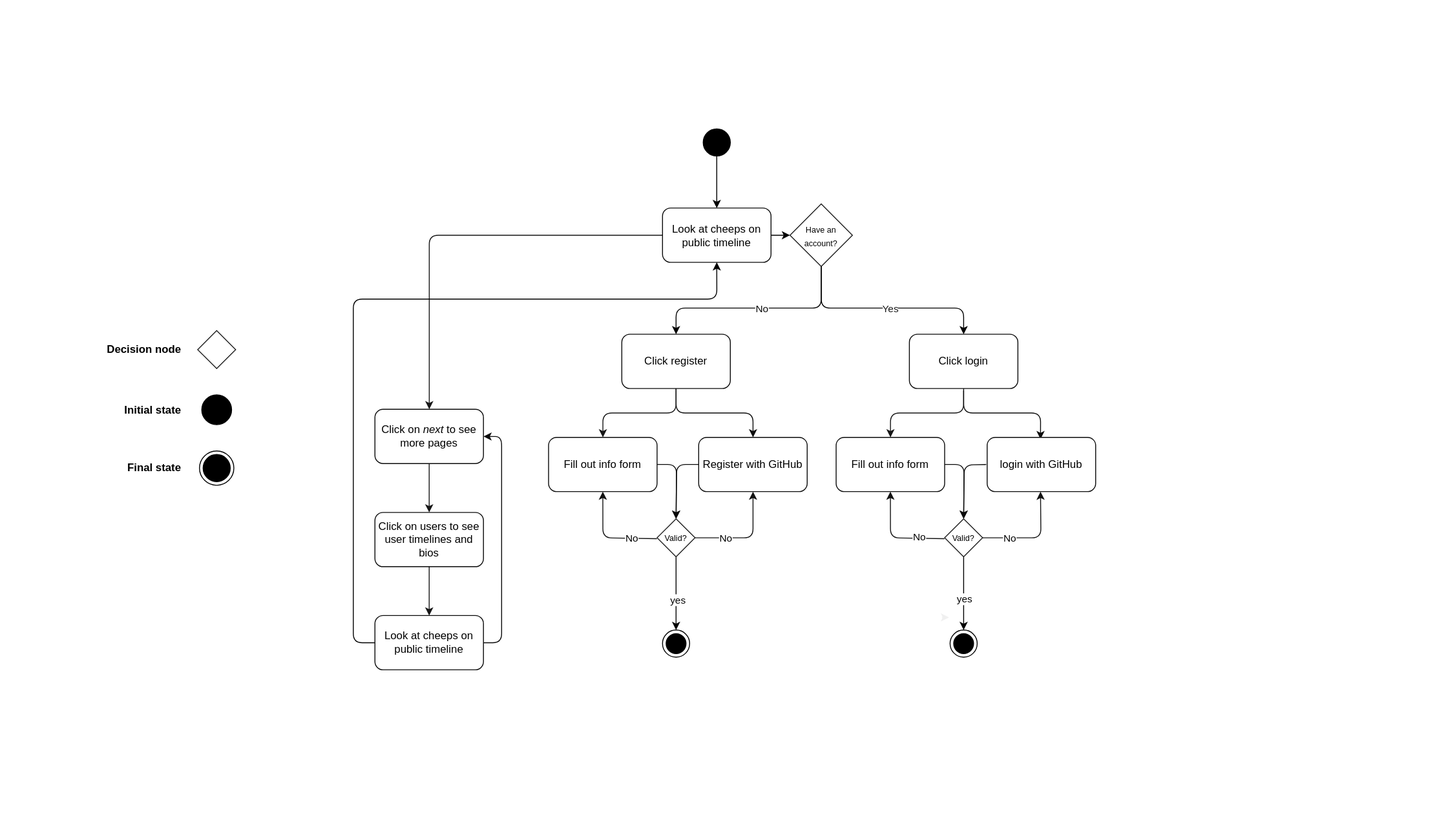
Before: docs/Diagrams/Activity_diagram.drawio.svg, a diagram exported from draw.io (ITU-BDSA2024-GROUP22/Chirp). Source tidied: cells renumbered, new cells last; positions are measured from the earlier drawing's top-left corner, leaving out a move shared by most shapes. Its diagram source:
```xml
<mxGraphModel background="#ffffff">
  <root>
    <mxCell id="0" />
    <mxCell id="1" parent="0" />
    <mxCell id="2" style="group;" parent="1" vertex="1">
      <mxGeometry y="223" width="153" height="171" as="geometry" />
    </mxCell>
    <mxCell id="3" style="rhombus;whiteSpace=wrap;html=1;rounded=0;fillColor=#FFFFFF;strokeColor=#1F1F1F;" parent="2" vertex="1">
      <mxGeometry x="111" width="42" height="42" as="geometry" />
    </mxCell>
    <mxCell id="4" style="ellipse;fillColor=strokeColor;html=1;strokeColor=#000000;" parent="2" vertex="1">
      <mxGeometry x="115.5" y="71" width="33" height="33" as="geometry" />
    </mxCell>
    <mxCell id="5" style="ellipse;html=1;shape=endState;fillColor=strokeColor;rounded=1;strokeColor=#000000;" parent="2" vertex="1">
      <mxGeometry x="113" y="133" width="38" height="38" as="geometry" />
    </mxCell>
    <mxCell id="6" value="Decision node" style="text;html=1;align=right;verticalAlign=middle;strokeColor=none;fillColor=none;fontColor=#000000;fontStyle=1;" parent="2" vertex="1">
      <mxGeometry y="8" width="94" height="26" as="geometry" />
    </mxCell>
    <mxCell id="7" value="Initial state" style="text;html=1;align=right;verticalAlign=middle;strokeColor=none;fillColor=none;fontColor=#000000;fontStyle=1;" parent="2" vertex="1">
      <mxGeometry x="19" y="74.5" width="75" height="26" as="geometry" />
    </mxCell>
    <mxCell id="8" value="Final state" style="text;html=1;align=right;verticalAlign=middle;strokeColor=none;fillColor=none;fontColor=#000000;fontStyle=1;" parent="2" vertex="1">
      <mxGeometry x="21" y="139" width="73" height="26" as="geometry" />
    </mxCell>
    <mxCell id="9" style="edgeStyle=orthogonalEdgeStyle;rounded=1;jettySize=auto;html=1;strokeColor=#171717;" parent="1" edge="1" source="11" target="18">
      <mxGeometry relative="1" as="geometry" />
    </mxCell>
    <mxCell id="10" style="edgeStyle=orthogonalEdgeStyle;rounded=1;jettySize=auto;html=1;entryX=0;entryY=0.5;entryDx=0;entryDy=0;strokeColor=#000000;" parent="1" edge="1" source="11" target="39">
      <mxGeometry relative="1" as="geometry" />
    </mxCell>
    <mxCell id="11" value="&lt;font color=&quot;#000000&quot;&gt;Look at cheeps on public timeline&lt;/font&gt;" style="rounded=1;whiteSpace=wrap;html=1;fillColor=#FFFFFF;gradientColor=none;strokeColor=#0A0A0A;" parent="1" vertex="1">
      <mxGeometry x="625" y="87.5" width="120" height="60" as="geometry" />
    </mxCell>
    <mxCell id="12" style="edgeStyle=orthogonalEdgeStyle;rounded=1;jettySize=auto;html=1;strokeColor=#000000;" parent="1" edge="1" source="13" target="11">
      <mxGeometry relative="1" as="geometry" />
    </mxCell>
    <mxCell id="13" style="ellipse;fillColor=strokeColor;html=1;strokeColor=#000000;" parent="1" vertex="1">
      <mxGeometry x="670" width="30" height="30" as="geometry" />
    </mxCell>
    <mxCell id="14" style="edgeStyle=orthogonalEdgeStyle;rounded=1;jettySize=auto;html=1;entryX=1;entryY=0.5;entryDx=0;entryDy=0;strokeColor=#0A0A0A;" parent="1" edge="1" source="16" target="18">
      <mxGeometry relative="1" as="geometry">
        <Array as="points">
          <mxPoint x="447" y="568" />
          <mxPoint x="447" y="340" />
        </Array>
      </mxGeometry>
    </mxCell>
    <mxCell id="15" style="edgeStyle=orthogonalEdgeStyle;rounded=1;jettySize=auto;html=1;entryX=0.5;entryY=1;entryDx=0;entryDy=0;strokeColor=#000000;" parent="1" edge="1" source="16" target="11">
      <mxGeometry relative="1" as="geometry">
        <Array as="points">
          <mxPoint x="283" y="568" />
          <mxPoint x="283" y="188" />
          <mxPoint x="685" y="188" />
        </Array>
      </mxGeometry>
    </mxCell>
    <mxCell id="16" value="&lt;font color=&quot;#000000&quot;&gt;Look at cheeps on public timeline&lt;/font&gt;" style="rounded=1;whiteSpace=wrap;html=1;fillColor=#FFFFFF;gradientColor=none;strokeColor=#0A0A0A;" parent="1" vertex="1">
      <mxGeometry x="307" y="538" width="120" height="60" as="geometry" />
    </mxCell>
    <mxCell id="17" style="edgeStyle=orthogonalEdgeStyle;rounded=1;jettySize=auto;html=1;strokeColor=#171717;" parent="1" edge="1" source="18" target="20">
      <mxGeometry relative="1" as="geometry" />
    </mxCell>
    <mxCell id="18" value="&lt;font color=&quot;#000000&quot;&gt;Click on &lt;i&gt;next&lt;/i&gt; to see more pages&lt;/font&gt;" style="rounded=1;whiteSpace=wrap;html=1;fillColor=#FFFFFF;gradientColor=none;strokeColor=#0A0A0A;" parent="1" vertex="1">
      <mxGeometry x="307" y="310" width="120" height="60" as="geometry" />
    </mxCell>
    <mxCell id="19" style="edgeStyle=orthogonalEdgeStyle;rounded=1;jettySize=auto;html=1;entryX=0.5;entryY=0;entryDx=0;entryDy=0;strokeColor=#171717;" parent="1" edge="1" source="20" target="16">
      <mxGeometry relative="1" as="geometry" />
    </mxCell>
    <mxCell id="20" value="&lt;font color=&quot;#000000&quot;&gt;Click on users to see user timelines and bios&lt;/font&gt;" style="rounded=1;whiteSpace=wrap;html=1;fillColor=#FFFFFF;gradientColor=none;strokeColor=#0A0A0A;" parent="1" vertex="1">
      <mxGeometry x="307" y="424" width="120" height="60" as="geometry" />
    </mxCell>
    <mxCell id="21" style="edgeStyle=orthogonalEdgeStyle;rounded=1;jettySize=auto;html=1;strokeColor=#171717;" parent="1" edge="1" source="23" target="25">
      <mxGeometry relative="1" as="geometry" />
    </mxCell>
    <mxCell id="22" style="edgeStyle=orthogonalEdgeStyle;rounded=1;jettySize=auto;html=1;strokeColor=#0D0D0D;" parent="1" edge="1" source="23" target="27">
      <mxGeometry relative="1" as="geometry" />
    </mxCell>
    <mxCell id="23" value="&lt;font color=&quot;#000000&quot;&gt;Click register&lt;/font&gt;" style="rounded=1;whiteSpace=wrap;html=1;fillColor=#FFFFFF;gradientColor=none;strokeColor=#0A0A0A;" parent="1" vertex="1">
      <mxGeometry x="580" y="227" width="120" height="60" as="geometry" />
    </mxCell>
    <mxCell id="24" style="edgeStyle=orthogonalEdgeStyle;rounded=1;jettySize=auto;html=1;strokeColor=#0A0A0A;" parent="1" edge="1" source="25">
      <mxGeometry relative="1" as="geometry">
        <mxPoint x="640" y="431" as="targetPoint" />
      </mxGeometry>
    </mxCell>
    <mxCell id="25" value="&lt;font color=&quot;#000000&quot;&gt;Fill out info form&lt;/font&gt;" style="rounded=1;whiteSpace=wrap;html=1;fillColor=#FFFFFF;gradientColor=none;strokeColor=#0A0A0A;" parent="1" vertex="1">
      <mxGeometry x="499" y="341" width="120" height="60" as="geometry" />
    </mxCell>
    <mxCell id="26" style="edgeStyle=orthogonalEdgeStyle;rounded=1;jettySize=auto;html=1;entryX=0.5;entryY=0;entryDx=0;entryDy=0;strokeColor=#0A0A0A;" parent="1" edge="1" source="27">
      <mxGeometry relative="1" as="geometry">
        <mxPoint x="640" y="431" as="targetPoint" />
      </mxGeometry>
    </mxCell>
    <mxCell id="27" value="&lt;font color=&quot;#000000&quot;&gt;Register with GitHub&lt;/font&gt;" style="rounded=1;whiteSpace=wrap;html=1;fillColor=#FFFFFF;gradientColor=none;strokeColor=#0A0A0A;" parent="1" vertex="1">
      <mxGeometry x="665" y="341" width="120" height="60" as="geometry" />
    </mxCell>
    <mxCell id="28" style="edgeStyle=orthogonalEdgeStyle;rounded=1;jettySize=auto;html=1;strokeColor=#171717;" parent="1" edge="1" source="30" target="32">
      <mxGeometry relative="1" as="geometry" />
    </mxCell>
    <mxCell id="29" style="edgeStyle=orthogonalEdgeStyle;rounded=1;orthogonalLoop=1;jettySize=auto;html=1;strokeColor=#0D0D0D;" parent="1" edge="1">
      <mxGeometry relative="1" as="geometry">
        <mxPoint x="958" y="289" as="sourcePoint" />
        <mxPoint x="1043" y="343" as="targetPoint" />
        <Array as="points">
          <mxPoint x="958" y="314" />
          <mxPoint x="1043" y="314" />
        </Array>
      </mxGeometry>
    </mxCell>
    <mxCell id="30" value="&lt;font color=&quot;#000000&quot;&gt;Click login&lt;/font&gt;" style="rounded=1;whiteSpace=wrap;html=1;fillColor=#FFFFFF;gradientColor=none;strokeColor=#0A0A0A;" parent="1" vertex="1">
      <mxGeometry x="898" y="227" width="120" height="60" as="geometry" />
    </mxCell>
    <mxCell id="31" style="edgeStyle=orthogonalEdgeStyle;rounded=1;jettySize=auto;html=1;strokeColor=#0A0A0A;" parent="1" edge="1" source="32">
      <mxGeometry relative="1" as="geometry">
        <mxPoint x="958" y="431" as="targetPoint" />
      </mxGeometry>
    </mxCell>
    <mxCell id="32" value="&lt;font color=&quot;#000000&quot;&gt;Fill out info form&lt;/font&gt;" style="rounded=1;whiteSpace=wrap;html=1;fillColor=#FFFFFF;gradientColor=none;strokeColor=#0A0A0A;" parent="1" vertex="1">
      <mxGeometry x="817" y="341" width="120" height="60" as="geometry" />
    </mxCell>
    <mxCell id="33" style="edgeStyle=orthogonalEdgeStyle;rounded=1;orthogonalLoop=1;jettySize=auto;html=1;entryX=0.5;entryY=0;entryDx=0;entryDy=0;strokeColor=#0A0A0A;" parent="1" edge="1">
      <mxGeometry relative="1" as="geometry">
        <mxPoint x="983" y="371" as="sourcePoint" />
        <mxPoint x="958" y="431" as="targetPoint" />
      </mxGeometry>
    </mxCell>
    <mxCell id="34" value="&lt;font color=&quot;#000000&quot;&gt;login with GitHub&lt;/font&gt;" style="rounded=1;whiteSpace=wrap;html=1;fillColor=#FFFFFF;gradientColor=none;strokeColor=#0A0A0A;" parent="1" vertex="1">
      <mxGeometry x="984" y="341" width="120" height="60" as="geometry" />
    </mxCell>
    <mxCell id="35" style="edgeStyle=orthogonalEdgeStyle;rounded=1;jettySize=auto;html=1;entryX=0.5;entryY=0;entryDx=0;entryDy=0;strokeColor=#000000;" parent="1" edge="1" source="39" target="23">
      <mxGeometry relative="1" as="geometry">
        <Array as="points">
          <mxPoint x="801" y="198" />
          <mxPoint x="640" y="198" />
        </Array>
      </mxGeometry>
    </mxCell>
    <mxCell id="36" value="No" style="edgeLabel;html=1;align=center;verticalAlign=middle;rounded=1;fontColor=#0A0A0A;labelBackgroundColor=#FFFFFF;" parent="35" vertex="1">
      <mxGeometry x="-0.04" relative="1" as="geometry" />
    </mxCell>
    <mxCell id="37" style="edgeStyle=orthogonalEdgeStyle;rounded=1;jettySize=auto;html=1;entryX=0.5;entryY=0;entryDx=0;entryDy=0;strokeColor=#000000;" parent="1" edge="1" source="39" target="30">
      <mxGeometry relative="1" as="geometry">
        <Array as="points">
          <mxPoint x="800" y="198" />
          <mxPoint x="958" y="198" />
        </Array>
      </mxGeometry>
    </mxCell>
    <mxCell id="38" value="Yes" style="edgeLabel;html=1;align=center;verticalAlign=middle;rounded=1;fontColor=#1C1C1C;labelBackgroundColor=#FFFFFF;" parent="37" vertex="1">
      <mxGeometry x="0.05" relative="1" as="geometry" />
    </mxCell>
    <mxCell id="39" value="&lt;font color=&quot;#050505&quot; style=&quot;font-size: 9px;&quot;&gt;Have an account?&lt;/font&gt;" style="rhombus;whiteSpace=wrap;html=1;rounded=0;fillColor=#FFFFFF;strokeColor=#1F1F1F;" parent="1" vertex="1">
      <mxGeometry x="766" y="83" width="69" height="69" as="geometry" />
    </mxCell>
    <mxCell id="40" style="edgeStyle=orthogonalEdgeStyle;rounded=1;jettySize=auto;html=1;strokeColor=#121212;" parent="1" edge="1" source="46" target="27">
      <mxGeometry relative="1" as="geometry" />
    </mxCell>
    <mxCell id="41" value="No" style="edgeLabel;html=1;align=center;verticalAlign=middle;rounded=1;labelBackgroundColor=#FFFFFF;fontColor=#000000;" parent="40" vertex="1">
      <mxGeometry x="-0.49" relative="1" as="geometry">
        <mxPoint x="4" as="offset" />
      </mxGeometry>
    </mxCell>
    <mxCell id="42" style="edgeStyle=orthogonalEdgeStyle;rounded=1;jettySize=auto;html=1;entryX=0.5;entryY=1;entryDx=0;entryDy=0;exitX=-0.004;exitY=0.524;exitDx=0;exitDy=0;exitPerimeter=0;strokeColor=#121212;" parent="1" edge="1" source="46" target="25">
      <mxGeometry relative="1" as="geometry">
        <Array as="points">
          <mxPoint x="619" y="452" />
          <mxPoint x="559" y="452" />
        </Array>
      </mxGeometry>
    </mxCell>
    <mxCell id="43" value="No" style="edgeLabel;html=1;align=center;verticalAlign=middle;rounded=1;labelBackgroundColor=#FFFFFF;fontColor=#000000;" parent="42" vertex="1">
      <mxGeometry x="-0.46" y="-2" relative="1" as="geometry">
        <mxPoint y="2" as="offset" />
      </mxGeometry>
    </mxCell>
    <mxCell id="44" style="edgeStyle=orthogonalEdgeStyle;rounded=1;jettySize=auto;html=1;entryX=0.5;entryY=0;entryDx=0;entryDy=0;strokeColor=#000000;" parent="1" edge="1" source="46" target="55">
      <mxGeometry relative="1" as="geometry" />
    </mxCell>
    <mxCell id="45" value="yes" style="edgeLabel;html=1;align=center;verticalAlign=middle;rounded=1;labelBackgroundColor=#FFFFFF;fontColor=#050505;" parent="44" vertex="1">
      <mxGeometry x="0.16" y="1" relative="1" as="geometry" />
    </mxCell>
    <mxCell id="46" value="&lt;font style=&quot;font-size: 9px;&quot; color=&quot;#000000&quot;&gt;Valid?&lt;/font&gt;" style="rhombus;whiteSpace=wrap;html=1;rounded=0;fillColor=#FFFFFF;strokeColor=#1F1F1F;" parent="1" vertex="1">
      <mxGeometry x="619" y="431" width="42" height="42" as="geometry" />
    </mxCell>
    <mxCell id="47" style="edgeStyle=orthogonalEdgeStyle;rounded=1;jettySize=auto;html=1;strokeColor=#121212;" parent="1" edge="1" source="53">
      <mxGeometry relative="1" as="geometry">
        <mxPoint x="1043" y="401" as="targetPoint" />
      </mxGeometry>
    </mxCell>
    <mxCell id="48" value="No" style="edgeLabel;html=1;align=center;verticalAlign=middle;rounded=1;labelBackgroundColor=#FFFFFF;fontColor=#000000;" parent="47" vertex="1">
      <mxGeometry x="-0.49" relative="1" as="geometry" />
    </mxCell>
    <mxCell id="49" style="edgeStyle=orthogonalEdgeStyle;rounded=1;jettySize=auto;html=1;entryX=0.5;entryY=1;entryDx=0;entryDy=0;exitX=-0.004;exitY=0.524;exitDx=0;exitDy=0;exitPerimeter=0;strokeColor=#121212;" parent="1" edge="1" source="53">
      <mxGeometry relative="1" as="geometry">
        <mxPoint x="877" y="401" as="targetPoint" />
        <Array as="points">
          <mxPoint x="937" y="452" />
          <mxPoint x="877" y="452" />
        </Array>
      </mxGeometry>
    </mxCell>
    <mxCell id="50" value="No" style="edgeLabel;html=1;align=center;verticalAlign=middle;rounded=1;labelBackgroundColor=#FFFFFF;fontColor=#000000;" parent="49" vertex="1">
      <mxGeometry x="-0.46" y="-2" relative="1" as="geometry" />
    </mxCell>
    <mxCell id="51" style="edgeStyle=orthogonalEdgeStyle;rounded=1;jettySize=auto;html=1;entryX=0.5;entryY=0;entryDx=0;entryDy=0;strokeColor=#000000;" parent="1" edge="1" source="53" target="56">
      <mxGeometry relative="1" as="geometry" />
    </mxCell>
    <mxCell id="52" value="yes" style="edgeLabel;html=1;align=center;verticalAlign=middle;rounded=1;labelBackgroundColor=#FFFFFF;fontColor=#050505;" parent="51" vertex="1">
      <mxGeometry x="0.16" relative="1" as="geometry">
        <mxPoint y="-1" as="offset" />
      </mxGeometry>
    </mxCell>
    <mxCell id="53" value="&lt;font style=&quot;font-size: 9px;&quot; color=&quot;#000000&quot;&gt;Valid?&lt;/font&gt;" style="rhombus;whiteSpace=wrap;html=1;rounded=0;fillColor=#FFFFFF;strokeColor=#1F1F1F;" parent="1" vertex="1">
      <mxGeometry x="937" y="431" width="42" height="42" as="geometry" />
    </mxCell>
    <mxCell id="54" style="edgeStyle=orthogonalEdgeStyle;rounded=1;orthogonalLoop=1;jettySize=auto;html=1;exitX=0;exitY=0.5;exitDx=0;exitDy=0;exitPerimeter=0;entryX=0.195;entryY=0.496;entryDx=0;entryDy=0;entryPerimeter=0;" parent="1" edge="1">
      <mxGeometry relative="1" as="geometry">
        <mxPoint x="934" y="540" as="sourcePoint" />
        <mxPoint x="941.8" y="539.8" as="targetPoint" />
      </mxGeometry>
    </mxCell>
    <mxCell id="55" style="ellipse;html=1;shape=endState;fillColor=strokeColor;rounded=1;strokeColor=#000000;" parent="1" vertex="1">
      <mxGeometry x="625" y="554" width="30" height="30" as="geometry" />
    </mxCell>
    <mxCell id="56" style="ellipse;html=1;shape=endState;fillColor=strokeColor;rounded=1;strokeColor=#000000;" parent="1" vertex="1">
      <mxGeometry x="943" y="554" width="30" height="30" as="geometry" />
    </mxCell>
  </root>
</mxGraphModel>
```
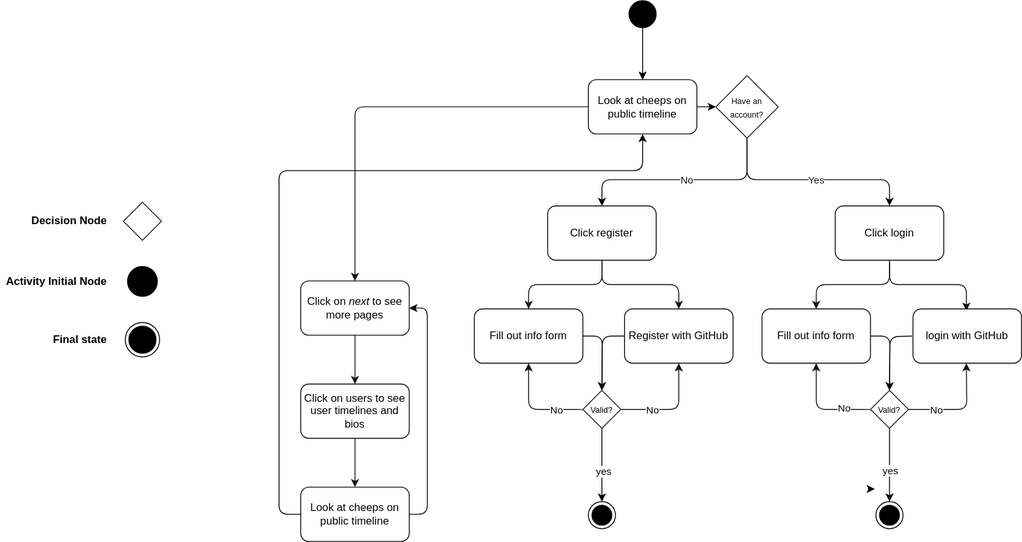
Later version of the same file.

Commit message:
activity final node

What changed in the source:
```diff
@@ -14,11 +14,11 @@
     <mxCell id="5" style="ellipse;html=1;shape=endState;fillColor=strokeColor;rounded=1;strokeColor=#000000;" parent="2" vertex="1">
       <mxGeometry x="113" y="133" width="38" height="38" as="geometry" />
     </mxCell>
-    <mxCell id="6" value="Decision node" style="text;html=1;align=right;verticalAlign=middle;strokeColor=none;fillColor=none;fontColor=#000000;fontStyle=1;" parent="2" vertex="1">
-      <mxGeometry y="8" width="94" height="26" as="geometry" />
+    <mxCell id="6" value="Decision Node" style="text;html=1;align=right;verticalAlign=middle;strokeColor=none;fillColor=none;fontColor=#000000;fontStyle=1;" parent="2" vertex="1">
+      <mxGeometry x="-2" y="8" width="96" height="26" as="geometry" />
     </mxCell>
-    <mxCell id="7" value="Initial state" style="text;html=1;align=right;verticalAlign=middle;strokeColor=none;fillColor=none;fontColor=#000000;fontStyle=1;" parent="2" vertex="1">
-      <mxGeometry x="19" y="74.5" width="75" height="26" as="geometry" />
+    <mxCell id="7" value="Activity Initial Node" style="text;html=1;align=right;verticalAlign=middle;strokeColor=none;fillColor=none;fontColor=#000000;fontStyle=1;" parent="2" vertex="1">
+      <mxGeometry x="-25" y="74.5" width="119" height="26" as="geometry" />
     </mxCell>
     <mxCell id="8" value="Final state" style="text;html=1;align=right;verticalAlign=middle;strokeColor=none;fillColor=none;fontColor=#000000;fontStyle=1;" parent="2" vertex="1">
       <mxGeometry x="21" y="139" width="73" height="26" as="geometry" />
```
